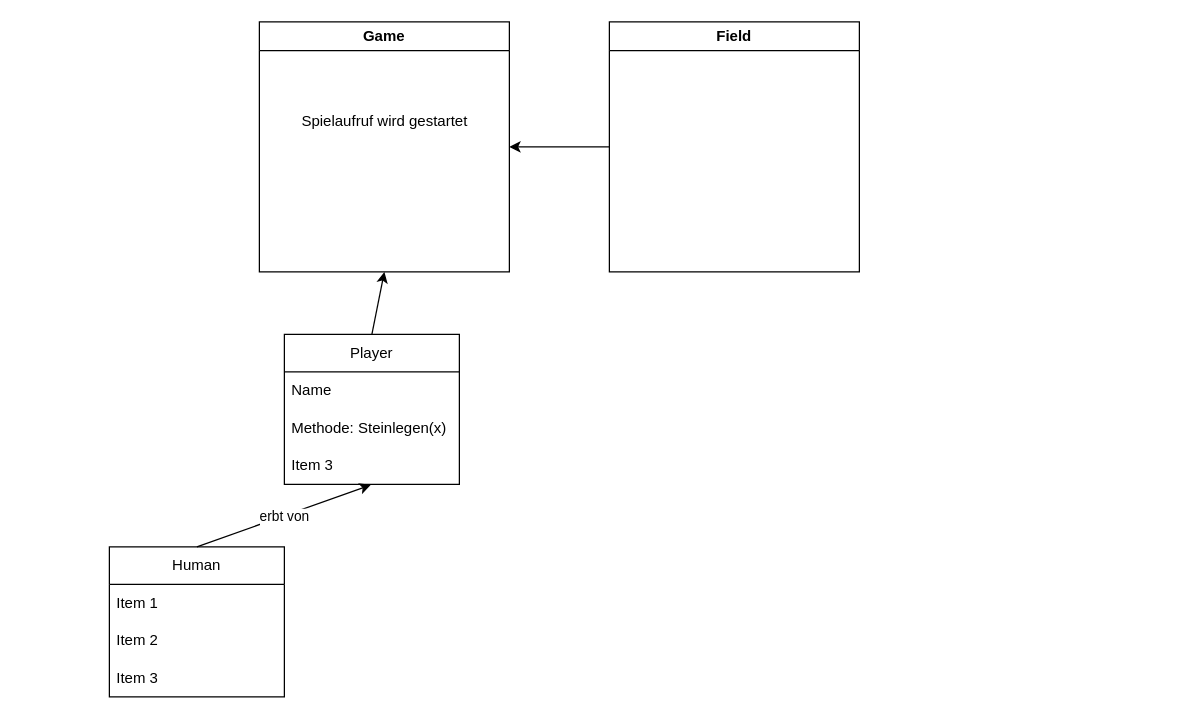
Earlier version of the draw.io diagram Plan.drawio (carlFelixSchlass/Connect4). Source tidied: cells renumbered, new cells numbered last; positions are measured from the earlier drawing's top-left corner, leaving out a move shared by most shapes. Both pictures are drawn from the tidied source at 125%, with x=0, y=0 at pixel (109, 21).
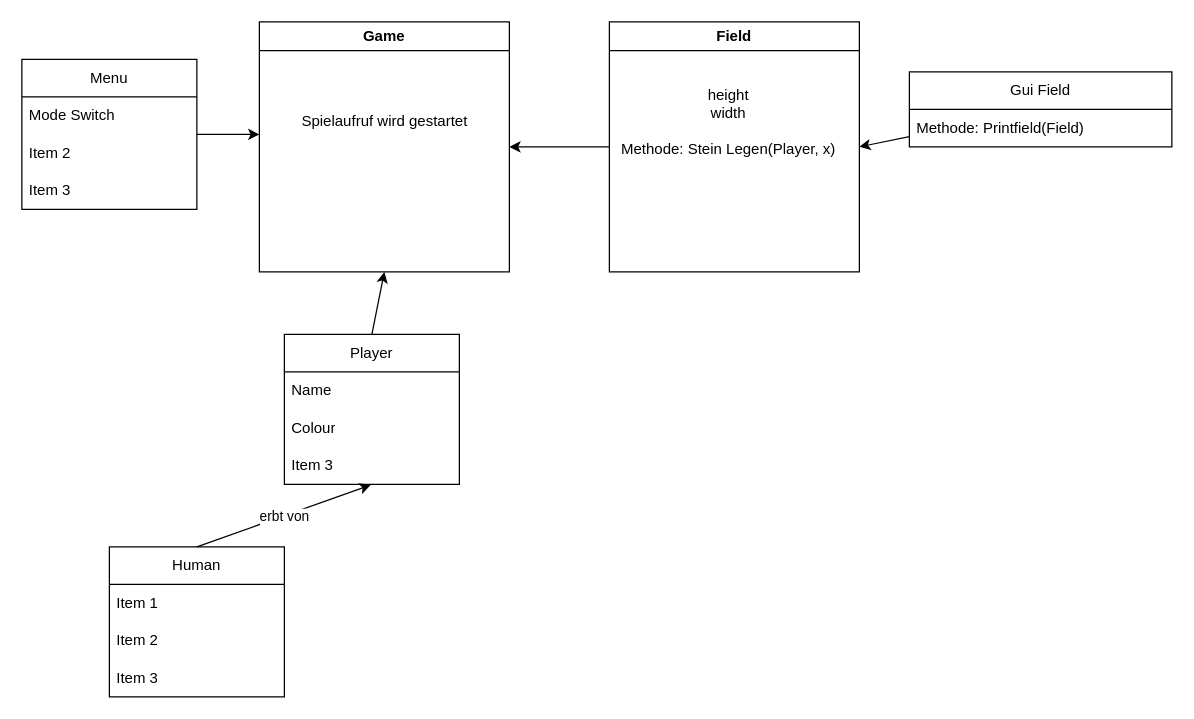
After the change.

Commit message:
1. Prototyp Plan Nr. 1

The change refers to these unchanged cells:
```xml
<mxCell id="5" value="Field" style="swimlane;whiteSpace=wrap;html=1;" parent="1" vertex="1">
  <mxGeometry x="400" width="200" height="200" as="geometry" />
</mxCell>
<mxCell id="7" value="Player" style="swimlane;fontStyle=0;horizontal=1;startSize=30;whiteSpace=wrap;html=1;" parent="1" vertex="1">
  <mxGeometry x="140" y="250" width="140" height="120" as="geometry" />
</mxCell>
```

Change to the diagram source:
```diff
@@
+    <mxCell id="17" value="height&lt;br&gt;width&lt;br&gt;&lt;br&gt;Methode: Stein Legen(Player, x)" style="text;html=1;align=center;verticalAlign=middle;strokeColor=none;fillColor=none;" parent="5" vertex="1">
+      <mxGeometry y="45" width="190" height="70" as="geometry" />
+    </mxCell>
@@
-    <mxCell id="9" value="Methode: Steinlegen(x)" style="text;strokeColor=none;fillColor=none;align=left;verticalAlign=middle;spacingLeft=4;spacingRight=4;overflow=hidden;whiteSpace=wrap;html=1;" parent="7" vertex="1">
+    <mxCell id="9" value="Colour" style="text;strokeColor=none;fillColor=none;align=left;verticalAlign=middle;spacingLeft=4;spacingRight=4;overflow=hidden;whiteSpace=wrap;html=1;" parent="7" vertex="1">
       <mxGeometry y="60" width="140" height="30" as="geometry" />
     </mxCell>
@@
+    <mxCell id="18" style="edgeStyle=none;html=1;entryX=1;entryY=0.5;entryDx=0;entryDy=0;" parent="1" edge="1" source="19" target="5">
+      <mxGeometry relative="1" as="geometry" />
+    </mxCell>
+    <mxCell id="19" value="Gui Field" style="swimlane;fontStyle=0;horizontal=1;startSize=30;whiteSpace=wrap;html=1;" parent="1" vertex="1">
+      <mxGeometry x="640" y="40" width="210" height="60" as="geometry" />
+    </mxCell>
+    <mxCell id="20" value="Methode: Printfield(Field)" style="text;strokeColor=none;fillColor=none;align=left;verticalAlign=middle;spacingLeft=4;spacingRight=4;overflow=hidden;whiteSpace=wrap;html=1;" parent="19" vertex="1">
+      <mxGeometry y="30" width="210" height="30" as="geometry" />
+    </mxCell>
+    <mxCell id="21" style="edgeStyle=none;html=1;" parent="1" edge="1" source="22">
+      <mxGeometry relative="1" as="geometry">
+        <mxPoint x="120" y="90" as="targetPoint" />
+      </mxGeometry>
+    </mxCell>
+    <mxCell id="22" value="Menu" style="swimlane;fontStyle=0;horizontal=1;startSize=30;whiteSpace=wrap;html=1;" parent="1" vertex="1">
+      <mxGeometry x="-70" y="30" width="140" height="120" as="geometry" />
+    </mxCell>
+    <mxCell id="23" value="Mode Switch" style="text;strokeColor=none;fillColor=none;align=left;verticalAlign=middle;spacingLeft=4;spacingRight=4;overflow=hidden;whiteSpace=wrap;html=1;" parent="22" vertex="1">
+      <mxGeometry y="30" width="140" height="30" as="geometry" />
+    </mxCell>
+    <mxCell id="24" value="Item 2" style="text;strokeColor=none;fillColor=none;align=left;verticalAlign=middle;spacingLeft=4;spacingRight=4;overflow=hidden;whiteSpace=wrap;html=1;" parent="22" vertex="1">
+      <mxGeometry y="60" width="140" height="30" as="geometry" />
+    </mxCell>
+    <mxCell id="25" value="Item 3" style="text;strokeColor=none;fillColor=none;align=left;verticalAlign=middle;spacingLeft=4;spacingRight=4;overflow=hidden;whiteSpace=wrap;html=1;" parent="22" vertex="1">
+      <mxGeometry y="90" width="140" height="30" as="geometry" />
+    </mxCell>
```
